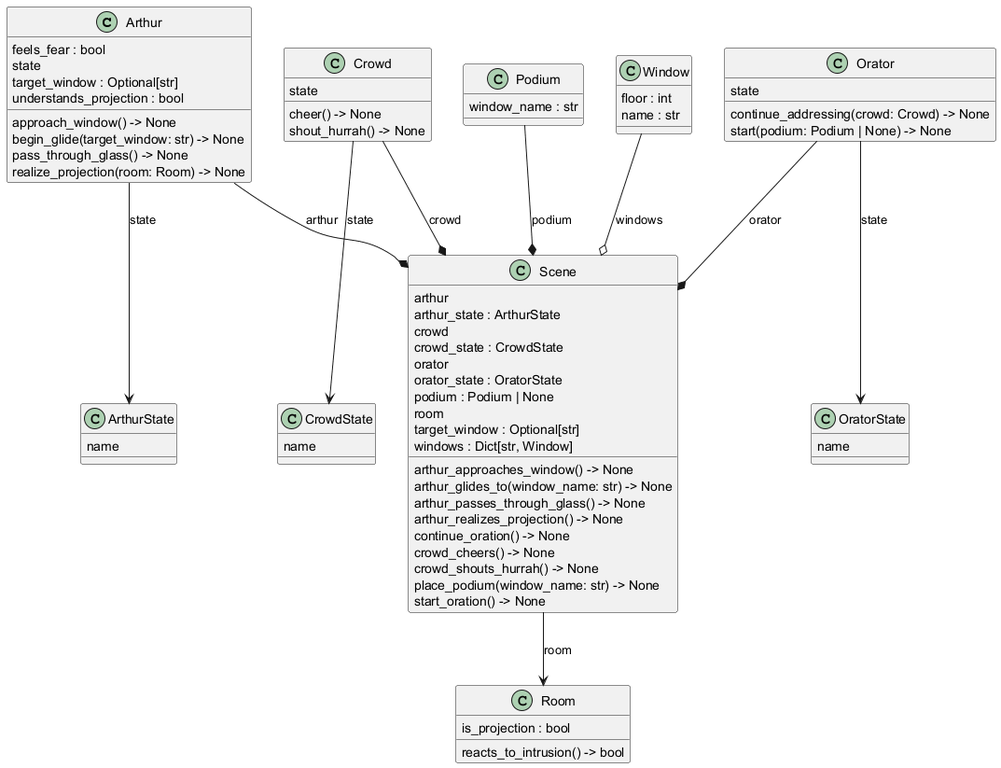
The PlantUML diagram docs/classes_scene_domain.png in tsostanov/tpo, before a commit. Its diagram source:
```plantuml
@startuml classes_scene_domain
set namespaceSeparator none
class "Arthur" as scene.Arthur {
  feels_fear : bool
  state
  target_window : Optional[str]
  understands_projection : bool
  approach_window() -> None
  begin_glide(target_window: str) -> None
  pass_through_glass() -> None
  realize_projection(room: Room) -> None
}
class "ArthurState" as scene.ArthurState {
  name
}
class "Crowd" as scene.Crowd {
  state
  cheer() -> None
  shout_hurrah() -> None
}
class "CrowdState" as scene.CrowdState {
  name
}
class "Orator" as scene.Orator {
  state
  continue_addressing(crowd: Crowd) -> None
  start(podium: Podium | None) -> None
}
class "OratorState" as scene.OratorState {
  name
}
class "Podium" as scene.Podium {
  window_name : str
}
class "Room" as scene.Room {
  is_projection : bool
  reacts_to_intrusion() -> bool
}
class "Scene" as scene.Scene {
  arthur
  arthur_state : ArthurState
  crowd
  crowd_state : CrowdState
  orator
  orator_state : OratorState
  podium : Podium | None
  room
  target_window : Optional[str]
  windows : Dict[str, Window]
  arthur_approaches_window() -> None
  arthur_glides_to(window_name: str) -> None
  arthur_passes_through_glass() -> None
  arthur_realizes_projection() -> None
  continue_oration() -> None
  crowd_cheers() -> None
  crowd_shouts_hurrah() -> None
  place_podium(window_name: str) -> None
  start_oration() -> None
}
class "Window" as scene.Window {
  floor : int
  name : str
}
scene.Arthur --> scene.ArthurState : state
scene.Crowd --> scene.CrowdState : state
scene.Orator --> scene.OratorState : state
scene.Scene --> scene.Room : room
scene.Arthur --* scene.Scene : arthur
scene.Crowd --* scene.Scene : crowd
scene.Orator --* scene.Scene : orator
scene.Podium --* scene.Scene : podium
scene.Window --o scene.Scene : windows
@enduml
```
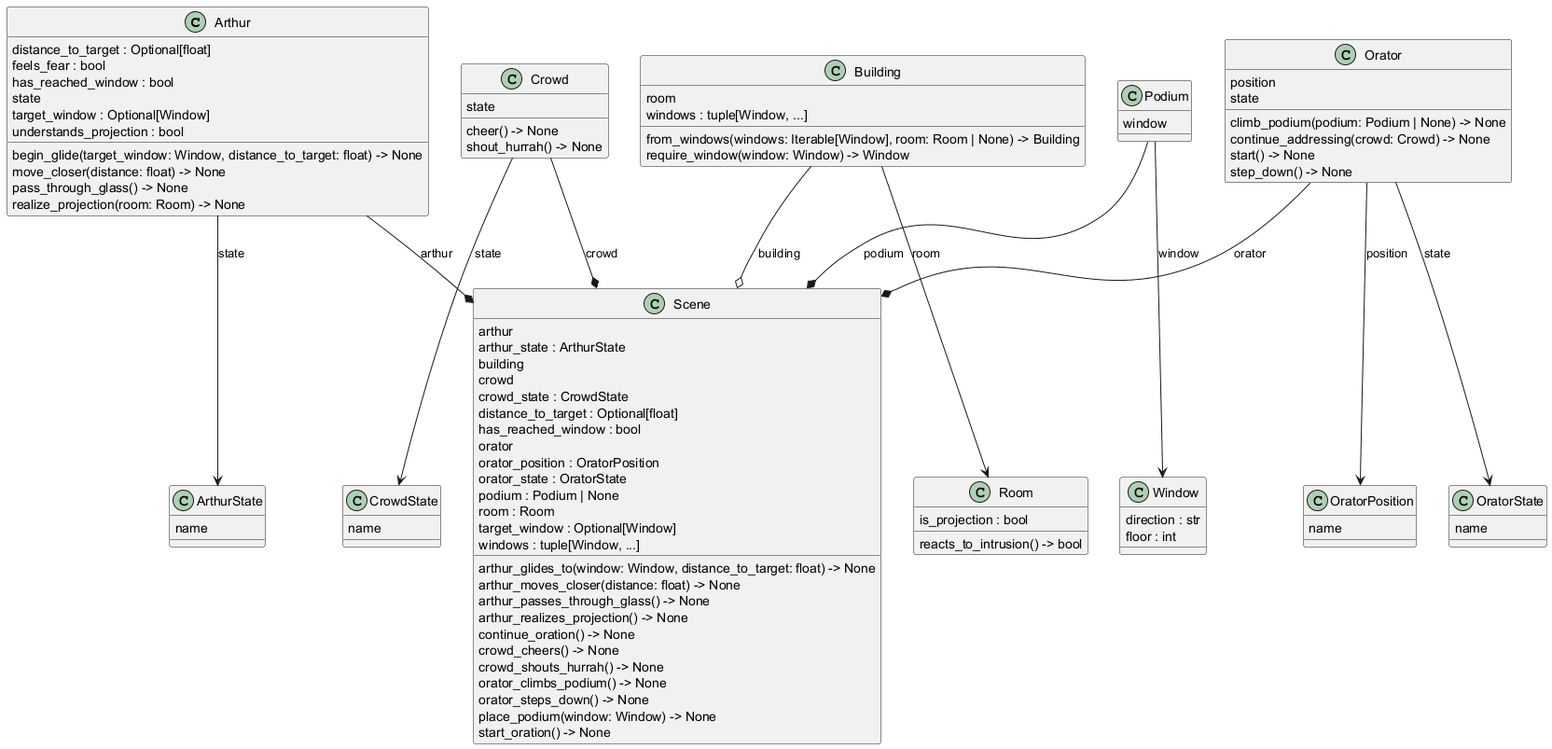
After the commit.

Commit message:
Refine scene building and window model

The edit, as a diff of the source:
```diff
@@ -1,17 +1,25 @@
 @startuml classes_scene_domain
 set namespaceSeparator none
 class "Arthur" as scene.Arthur {
+  distance_to_target : Optional[float]
   feels_fear : bool
+  has_reached_window : bool
   state
-  target_window : Optional[str]
+  target_window : Optional[Window]
   understands_projection : bool
-  approach_window() -> None
-  begin_glide(target_window: str) -> None
+  begin_glide(target_window: Window, distance_to_target: float) -> None
+  move_closer(distance: float) -> None
   pass_through_glass() -> None
   realize_projection(room: Room) -> None
 }
 class "ArthurState" as scene.ArthurState {
   name
+}
+class "Building" as scene.Building {
+  room
+  windows : tuple[Window, ...]
+  from_windows(windows: Iterable[Window], room: Room | None) -> Building
+  require_window(window: Window) -> Window
 }
 class "Crowd" as scene.Crowd {
   state
@@ -22,15 +30,21 @@
   name
 }
 class "Orator" as scene.Orator {
+  position
   state
+  climb_podium(podium: Podium | None) -> None
   continue_addressing(crowd: Crowd) -> None
-  start(podium: Podium | None) -> None
+  start() -> None
+  step_down() -> None
+}
+class "OratorPosition" as scene.OratorPosition {
+  name
 }
 class "OratorState" as scene.OratorState {
   name
 }
 class "Podium" as scene.Podium {
-  window_name : str
+  window
 }
 class "Room" as scene.Room {
   is_projection : bool
@@ -39,35 +53,43 @@
 class "Scene" as scene.Scene {
   arthur
   arthur_state : ArthurState
+  building
   crowd
   crowd_state : CrowdState
+  distance_to_target : Optional[float]
+  has_reached_window : bool
   orator
+  orator_position : OratorPosition
   orator_state : OratorState
   podium : Podium | None
-  room
-  target_window : Optional[str]
-  windows : Dict[str, Window]
-  arthur_approaches_window() -> None
-  arthur_glides_to(window_name: str) -> None
+  room : Room
+  target_window : Optional[Window]
+  windows : tuple[Window, ...]
+  arthur_glides_to(window: Window, distance_to_target: float) -> None
+  arthur_moves_closer(distance: float) -> None
   arthur_passes_through_glass() -> None
   arthur_realizes_projection() -> None
   continue_oration() -> None
   crowd_cheers() -> None
   crowd_shouts_hurrah() -> None
-  place_podium(window_name: str) -> None
+  orator_climbs_podium() -> None
+  orator_steps_down() -> None
+  place_podium(window: Window) -> None
   start_oration() -> None
 }
 class "Window" as scene.Window {
+  direction : str
   floor : int
-  name : str
 }
 scene.Arthur --> scene.ArthurState : state
 scene.Crowd --> scene.CrowdState : state
+scene.Orator --> scene.OratorPosition : position
 scene.Orator --> scene.OratorState : state
-scene.Scene --> scene.Room : room
+scene.Building --> scene.Room : room
+scene.Podium --> scene.Window : window
 scene.Arthur --* scene.Scene : arthur
 scene.Crowd --* scene.Scene : crowd
 scene.Orator --* scene.Scene : orator
 scene.Podium --* scene.Scene : podium
-scene.Window --o scene.Scene : windows
+scene.Building --o scene.Scene : building
 @enduml
```
